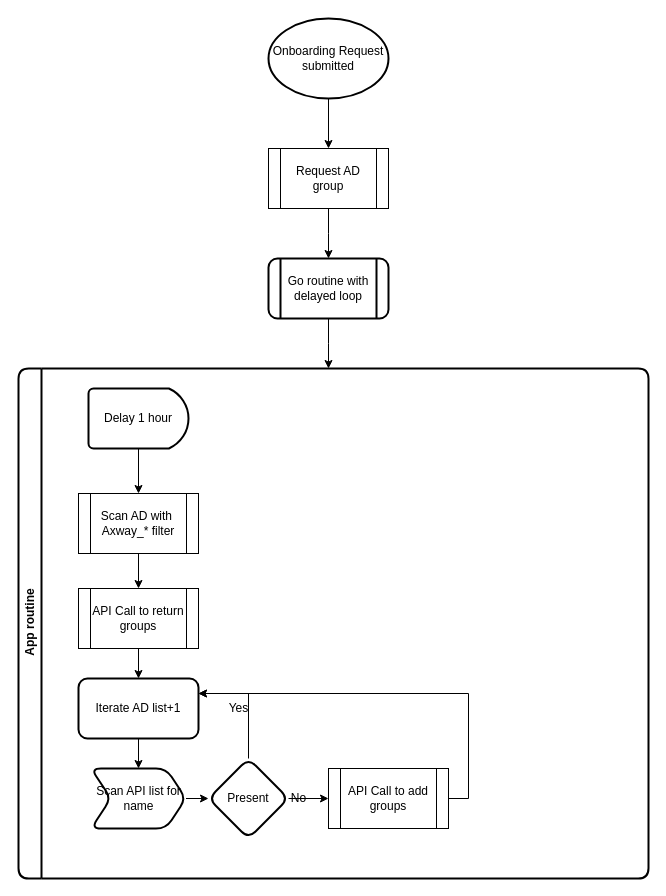
Earlier version of the draw.io diagram page "Organization Creation" (1 of 4) of API-Upgrade.drawio (bhrobinson/draw.io). Source tidied: cells renumbered, new cells numbered last; positions are measured from the earlier drawing's top-left corner, leaving out a move shared by most shapes. Both pictures are drawn from the tidied source at 100%, with x=0, y=0 at pixel (18, 18).
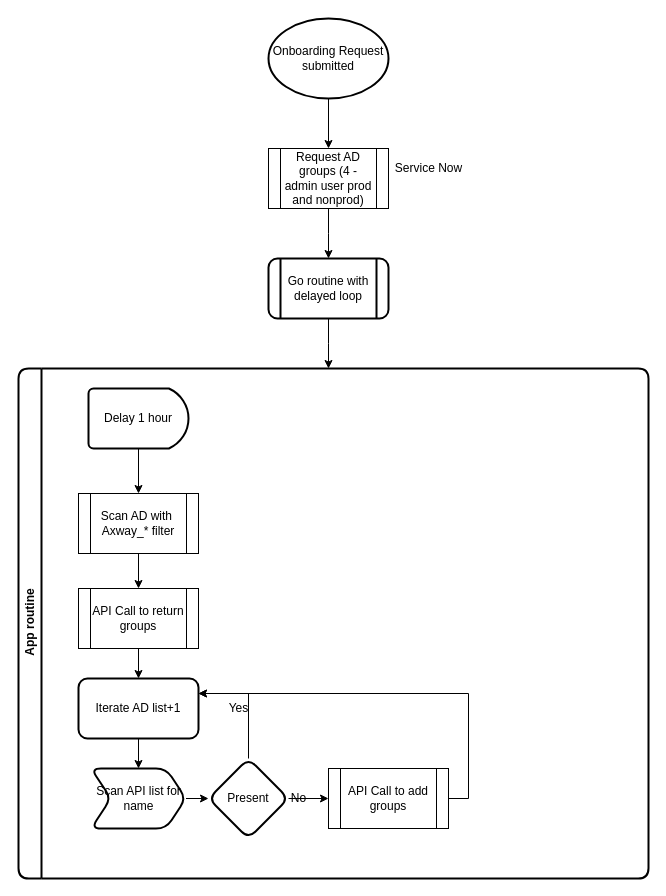
The same page after the edit.

What changed in the source:
```diff
@@
-    <mxCell id="3" value="Request AD group" style="shape=process;whiteSpace=wrap;html=1;backgroundOutline=1;" parent="1" vertex="1">
+    <mxCell id="3" value="Request AD groups (4 - admin user prod and nonprod)" style="shape=process;whiteSpace=wrap;html=1;backgroundOutline=1;" parent="1" vertex="1">
       <mxGeometry x="250" y="130" width="120" height="60" as="geometry" />
     </mxCell>
@@
+    <mxCell id="26" value="Service Now" style="text;html=1;align=center;verticalAlign=middle;strokeColor=none;fillColor=none;fontColor=default;" parent="1" vertex="1">
+      <mxGeometry x="370" y="140" width="80" height="20" as="geometry" />
+    </mxCell>
```
